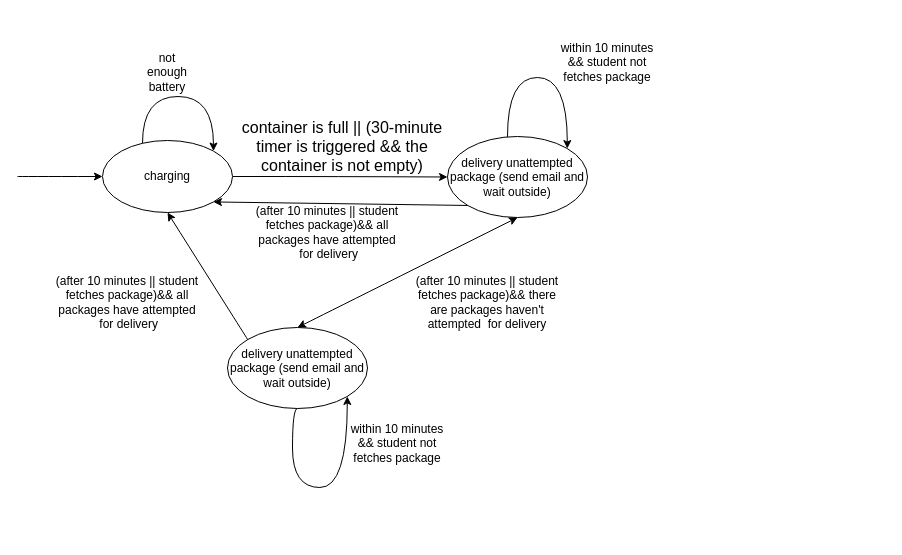
Above: csci31000asmt2q3.drawio in wkng0/Hello-World-Github (draw.io), before the change. Source tidied: cells renumbered, new cells numbered last; positions are measured from the earlier drawing's top-left corner, leaving out a move shared by most shapes. Both pictures are drawn from the tidied source at 100%, with x=0, y=0 at pixel (17, 27).
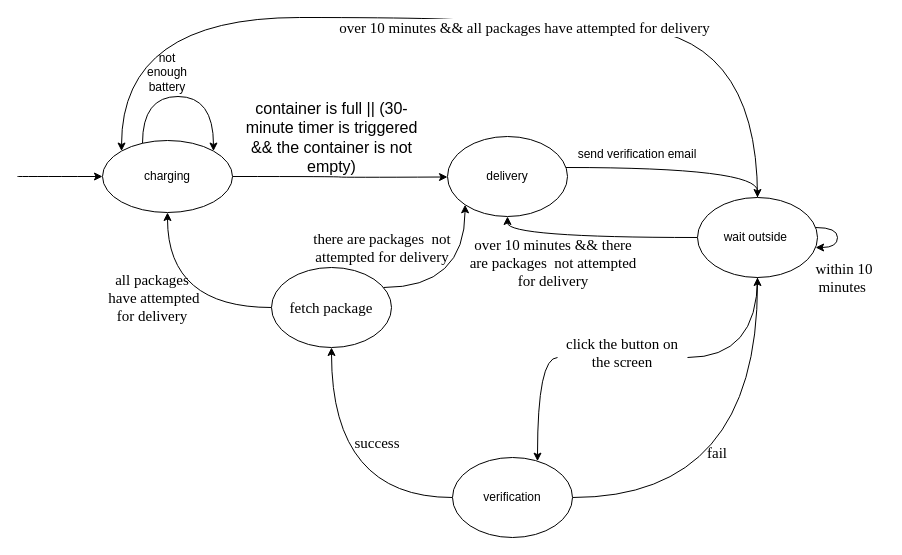
The same page after the edit.

The change refers to these unchanged cells:
```xml
<mxCell id="3" value="charging" style="ellipse;whiteSpace=wrap;html=1;" parent="1" vertex="1">
  <mxGeometry x="85" y="113" width="130" height="72" as="geometry" />
</mxCell>
```

Change to the diagram source:
```diff
@@
-    <mxCell id="2" style="edgeStyle=orthogonalEdgeStyle;curved=1;rounded=0;jettySize=auto;html=1;" parent="1" edge="1" source="3" target="8">
-      <mxGeometry relative="1" as="geometry" />
+    <mxCell id="2" style="edgeStyle=orthogonalEdgeStyle;curved=1;rounded=0;jettySize=auto;html=1;" parent="1" edge="1" source="3">
+      <mxGeometry relative="1" as="geometry">
+        <mxPoint x="430" y="149.5" as="targetPoint" />
+      </mxGeometry>
     </mxCell>
@@
-    <mxCell id="7" style="rounded=0;jettySize=auto;html=1;exitX=0;exitY=1;exitDx=0;exitDy=0;entryX=1;entryY=1;entryDx=0;entryDy=0;" parent="1" edge="1" source="8" target="3">
-      <mxGeometry relative="1" as="geometry" />
-    </mxCell>
-    <mxCell id="8" value="delivery unattempted package (send email and wait outside)" style="ellipse;whiteSpace=wrap;html=1;" parent="1" vertex="1">
-      <mxGeometry x="430" y="109" width="140" height="81" as="geometry" />
-    </mxCell>
     <mxCell id="9" value="&lt;div class=&quot;page&quot; title=&quot;Page 3&quot; style=&quot;color: rgb(0 , 0 , 0) ; font-style: normal ; font-weight: normal ; letter-spacing: normal ; text-indent: 0px ; text-transform: none ; word-spacing: 0px ; text-decoration: none&quot;&gt;&lt;div class=&quot;layoutArea&quot;&gt;&lt;div class=&quot;column&quot;&gt;&lt;p&gt;&lt;span style=&quot;font-size: 12pt ; font-family: &amp;#34;timesnewromanpsmt&amp;#34;&quot;&gt;container is full || (30-minute timer is triggered &amp;amp;&amp;amp; the container is not empty)&lt;/span&gt;&lt;/p&gt;&lt;/div&gt;&lt;/div&gt;&lt;/div&gt;" style="text;html=1;strokeColor=none;fillColor=none;align=center;verticalAlign=middle;whiteSpace=wrap;rounded=0;" parent="1" vertex="1">
-      <mxGeometry x="215" y="49" width="220" height="140" as="geometry" />
+      <mxGeometry x="221.5" y="70" width="185" height="79" as="geometry" />
     </mxCell>
-    <mxCell id="10" style="edgeStyle=orthogonalEdgeStyle;curved=1;rounded=0;orthogonalLoop=1;jettySize=auto;html=1;entryX=1;entryY=0;entryDx=0;entryDy=0;" parent="1" edge="1" source="8" target="8">
-      <mxGeometry relative="1" as="geometry">
-        <Array as="points">
-          <mxPoint x="490" y="50" />
-          <mxPoint x="550" y="50" />
-          <mxPoint x="550" y="121" />
-        </Array>
-      </mxGeometry>
-    </mxCell>
-    <mxCell id="11" value="within 10 minutes &amp;amp;&amp;amp; student not fetches package" style="text;html=1;strokeColor=none;fillColor=none;align=center;verticalAlign=middle;whiteSpace=wrap;rounded=0;" parent="1" vertex="1">
-      <mxGeometry x="540" width="100" height="70" as="geometry" />
-    </mxCell>
-    <mxCell id="12" value="(after 10 minutes || student fetches package)&amp;amp;&amp;amp; there are packages haven't attempted &amp;nbsp;for delivery" style="text;html=1;strokeColor=none;fillColor=none;align=center;verticalAlign=middle;whiteSpace=wrap;rounded=0;" parent="1" vertex="1">
-      <mxGeometry x="390" y="240" width="160" height="70" as="geometry" />
-    </mxCell>
-    <mxCell id="13" style="edgeStyle=orthogonalEdgeStyle;curved=1;rounded=0;orthogonalLoop=1;jettySize=auto;html=1;entryX=1;entryY=1;entryDx=0;entryDy=0;exitX=0.5;exitY=1;exitDx=0;exitDy=0;" parent="1" edge="1" source="16" target="16">
-      <mxGeometry relative="1" as="geometry">
-        <Array as="points">
-          <mxPoint x="275" y="381" />
-          <mxPoint x="275" y="460" />
-          <mxPoint x="330" y="460" />
-        </Array>
-      </mxGeometry>
-    </mxCell>
-    <mxCell id="14" value="within 10 minutes &amp;amp;&amp;amp; student not fetches package" style="text;html=1;strokeColor=none;fillColor=none;align=center;verticalAlign=middle;whiteSpace=wrap;rounded=0;" parent="1" vertex="1">
-      <mxGeometry x="330" y="381" width="100" height="70" as="geometry" />
-    </mxCell>
-    <mxCell id="15" style="endArrow=classic;startArrow=classic;html=1;rounded=0;curved=1;entryX=0.5;entryY=1;entryDx=0;entryDy=0;exitX=0.5;exitY=0;exitDx=0;exitDy=0;" parent="1" edge="1" source="16" target="8">
-      <mxGeometry relative="1" as="geometry" />
-    </mxCell>
-    <mxCell id="16" value="delivery unattempted package (send email and wait outside)" style="ellipse;whiteSpace=wrap;html=1;" parent="1" vertex="1">
-      <mxGeometry x="210" y="300" width="140" height="81" as="geometry" />
-    </mxCell>
-    <mxCell id="17" style="endArrow=classic;html=1;rounded=0;curved=1;exitX=0;exitY=0;exitDx=0;exitDy=0;entryX=0.5;entryY=1;entryDx=0;entryDy=0;" parent="1" edge="1" source="16" target="3">
-      <mxGeometry relative="1" as="geometry" />
-    </mxCell>
-    <mxCell id="18" value="(after 10 minutes || student fetches package)&amp;amp;&amp;amp; all packages have attempted &amp;nbsp;for delivery" style="text;html=1;strokeColor=none;fillColor=none;align=center;verticalAlign=middle;whiteSpace=wrap;rounded=0;" parent="1" vertex="1">
-      <mxGeometry x="230" y="170" width="160" height="70" as="geometry" />
-    </mxCell>
-    <mxCell id="19" value="(after 10 minutes || student fetches package)&amp;amp;&amp;amp; all packages have attempted &amp;nbsp;for delivery" style="text;html=1;strokeColor=none;fillColor=none;align=center;verticalAlign=middle;whiteSpace=wrap;rounded=0;" parent="1" vertex="1">
-      <mxGeometry x="30" y="240" width="160" height="70" as="geometry" />
-    </mxCell>
+    <mxCell id="20" style="edgeStyle=orthogonalEdgeStyle;rounded=0;jettySize=auto;html=1;entryX=0.5;entryY=0;entryDx=0;entryDy=0;fontFamily=Times New Roman;fontSize=15;curved=1;" parent="1" edge="1" source="21" target="26">
+      <mxGeometry relative="1" as="geometry">
+        <Array as="points">
+          <mxPoint x="740" y="140" />
+        </Array>
+      </mxGeometry>
+    </mxCell>
+    <mxCell id="21" value="delivery" style="ellipse;whiteSpace=wrap;html=1;" parent="1" vertex="1">
+      <mxGeometry x="430" y="109" width="120" height="80" as="geometry" />
+    </mxCell>
+    <mxCell id="22" style="rounded=0;jettySize=auto;html=1;edgeStyle=orthogonalEdgeStyle;curved=1;startArrow=none;" parent="1" edge="1" source="40" target="30">
+      <mxGeometry relative="1" as="geometry">
+        <Array as="points">
+          <mxPoint x="520" y="330" />
+        </Array>
+      </mxGeometry>
+    </mxCell>
+    <mxCell id="23" style="edgeStyle=orthogonalEdgeStyle;curved=1;rounded=0;jettySize=auto;html=1;entryX=0.5;entryY=1;entryDx=0;entryDy=0;fontFamily=Times New Roman;fontSize=15;" parent="1" edge="1" source="26" target="21">
+      <mxGeometry relative="1" as="geometry" />
+    </mxCell>
+    <mxCell id="24" style="edgeStyle=orthogonalEdgeStyle;curved=1;rounded=0;jettySize=auto;html=1;entryX=0;entryY=0;entryDx=0;entryDy=0;fontFamily=Times New Roman;fontSize=15;" parent="1" edge="1" source="26" target="3">
+      <mxGeometry relative="1" as="geometry">
+        <Array as="points">
+          <mxPoint x="740" />
+          <mxPoint x="460" />
+          <mxPoint x="460" y="-10" />
+          <mxPoint x="104" y="-10" />
+        </Array>
+      </mxGeometry>
+    </mxCell>
+    <mxCell id="25" value="over 10 minutes &amp;amp;&amp;amp; all packages have attempted for delivery" style="edgeLabel;html=1;align=center;verticalAlign=middle;fontSize=15;fontFamily=Times New Roman;" parent="24" vertex="1">
+      <mxGeometry x="-0.15" y="-1" relative="1" as="geometry" />
+    </mxCell>
+    <mxCell id="26" value="wait outside&amp;nbsp;" style="ellipse;whiteSpace=wrap;html=1;" parent="1" vertex="1">
+      <mxGeometry x="680" y="170" width="120" height="80" as="geometry" />
+    </mxCell>
+    <mxCell id="27" value="send verification email" style="text;html=1;strokeColor=none;fillColor=none;align=center;verticalAlign=middle;whiteSpace=wrap;rounded=0;" parent="1" vertex="1">
+      <mxGeometry x="555" y="113" width="130" height="27" as="geometry" />
+    </mxCell>
+    <mxCell id="28" style="edgeStyle=orthogonalEdgeStyle;curved=1;rounded=0;jettySize=auto;html=1;fontFamily=Times New Roman;fontSize=15;" parent="1" edge="1" source="30" target="36">
+      <mxGeometry relative="1" as="geometry" />
+    </mxCell>
+    <mxCell id="29" style="edgeStyle=orthogonalEdgeStyle;curved=1;rounded=0;jettySize=auto;html=1;entryX=0.5;entryY=1;entryDx=0;entryDy=0;fontFamily=Times New Roman;fontSize=15;" parent="1" edge="1" source="30" target="26">
+      <mxGeometry relative="1" as="geometry" />
+    </mxCell>
+    <mxCell id="30" value="verification" style="ellipse;whiteSpace=wrap;html=1;" parent="1" vertex="1">
+      <mxGeometry x="435" y="430" width="120" height="80" as="geometry" />
+    </mxCell>
+    <mxCell id="31" style="edgeStyle=orthogonalEdgeStyle;rounded=0;orthogonalLoop=1;jettySize=auto;html=1;fontFamily=Times New Roman;fontSize=15;curved=1;" parent="1" edge="1" source="26" target="26">
+      <mxGeometry relative="1" as="geometry">
+        <Array as="points">
+          <mxPoint x="760" y="250" />
+        </Array>
+      </mxGeometry>
+    </mxCell>
+    <mxCell id="32" value="within 10 minutes&amp;nbsp;" style="text;html=1;strokeColor=none;fillColor=none;align=center;verticalAlign=middle;whiteSpace=wrap;rounded=0;fontFamily=Times New Roman;fontSize=15;" parent="1" vertex="1">
+      <mxGeometry x="787" y="230" width="80" height="40" as="geometry" />
+    </mxCell>
+    <mxCell id="33" value="fail" style="text;html=1;strokeColor=none;fillColor=none;align=center;verticalAlign=middle;whiteSpace=wrap;rounded=0;fontFamily=Times New Roman;fontSize=15;" parent="1" vertex="1">
+      <mxGeometry x="680" y="420" width="40" height="10" as="geometry" />
+    </mxCell>
+    <mxCell id="34" style="edgeStyle=orthogonalEdgeStyle;curved=1;rounded=0;jettySize=auto;html=1;entryX=0;entryY=1;entryDx=0;entryDy=0;fontFamily=Times New Roman;fontSize=15;" parent="1" edge="1" source="36" target="21">
+      <mxGeometry relative="1" as="geometry">
+        <Array as="points">
+          <mxPoint x="448" y="260" />
+        </Array>
+      </mxGeometry>
+    </mxCell>
+    <mxCell id="35" style="edgeStyle=orthogonalEdgeStyle;curved=1;rounded=0;jettySize=auto;html=1;entryX=0.5;entryY=1;entryDx=0;entryDy=0;fontFamily=Times New Roman;fontSize=15;exitX=0;exitY=0.5;exitDx=0;exitDy=0;" parent="1" edge="1" source="36" target="3">
+      <mxGeometry relative="1" as="geometry" />
+    </mxCell>
+    <mxCell id="36" value="fetch package" style="ellipse;whiteSpace=wrap;html=1;fontFamily=Times New Roman;fontSize=15;" parent="1" vertex="1">
+      <mxGeometry x="254" y="240" width="120" height="80" as="geometry" />
+    </mxCell>
+    <mxCell id="37" value="there are packages &amp;nbsp;not attempted for delivery" style="text;html=1;strokeColor=none;fillColor=none;align=center;verticalAlign=middle;whiteSpace=wrap;rounded=0;fontFamily=Times New Roman;fontSize=15;" parent="1" vertex="1">
+      <mxGeometry x="295" y="200" width="140" height="40" as="geometry" />
+    </mxCell>
+    <mxCell id="38" value="over 10 minutes &amp;amp;&amp;amp;&amp;nbsp;there are packages &amp;nbsp;not attempted for delivery" style="text;html=1;strokeColor=none;fillColor=none;align=center;verticalAlign=middle;whiteSpace=wrap;rounded=0;fontFamily=Times New Roman;fontSize=15;" parent="1" vertex="1">
+      <mxGeometry x="450" y="210" width="172" height="50" as="geometry" />
+    </mxCell>
+    <mxCell id="39" value="all packages &amp;nbsp;have attempted for delivery" style="text;html=1;strokeColor=none;fillColor=none;align=center;verticalAlign=middle;whiteSpace=wrap;rounded=0;fontFamily=Times New Roman;fontSize=15;" parent="1" vertex="1">
+      <mxGeometry x="80" y="250" width="110" height="40" as="geometry" />
+    </mxCell>
+    <mxCell id="40" value="&lt;font style=&quot;font-size: 15px&quot; face=&quot;Times New Roman&quot;&gt;click the button on the screen&lt;/font&gt;" style="text;html=1;strokeColor=none;fillColor=none;align=center;verticalAlign=middle;whiteSpace=wrap;rounded=0;" parent="1" vertex="1">
+      <mxGeometry x="540" y="300" width="130" height="50" as="geometry" />
+    </mxCell>
+    <mxCell id="41" style="rounded=0;jettySize=auto;html=1;edgeStyle=orthogonalEdgeStyle;curved=1;endArrow=none;" parent="1" edge="1" source="26" target="40">
+      <mxGeometry relative="1" as="geometry">
+        <Array as="points">
+          <mxPoint x="670" y="330" />
+        </Array>
+      </mxGeometry>
+    </mxCell>
+    <mxCell id="42" value="success" style="text;html=1;strokeColor=none;fillColor=none;align=center;verticalAlign=middle;whiteSpace=wrap;rounded=0;fontFamily=Times New Roman;fontSize=15;" parent="1" vertex="1">
+      <mxGeometry x="330" y="400" width="60" height="30" as="geometry" />
+    </mxCell>
```
